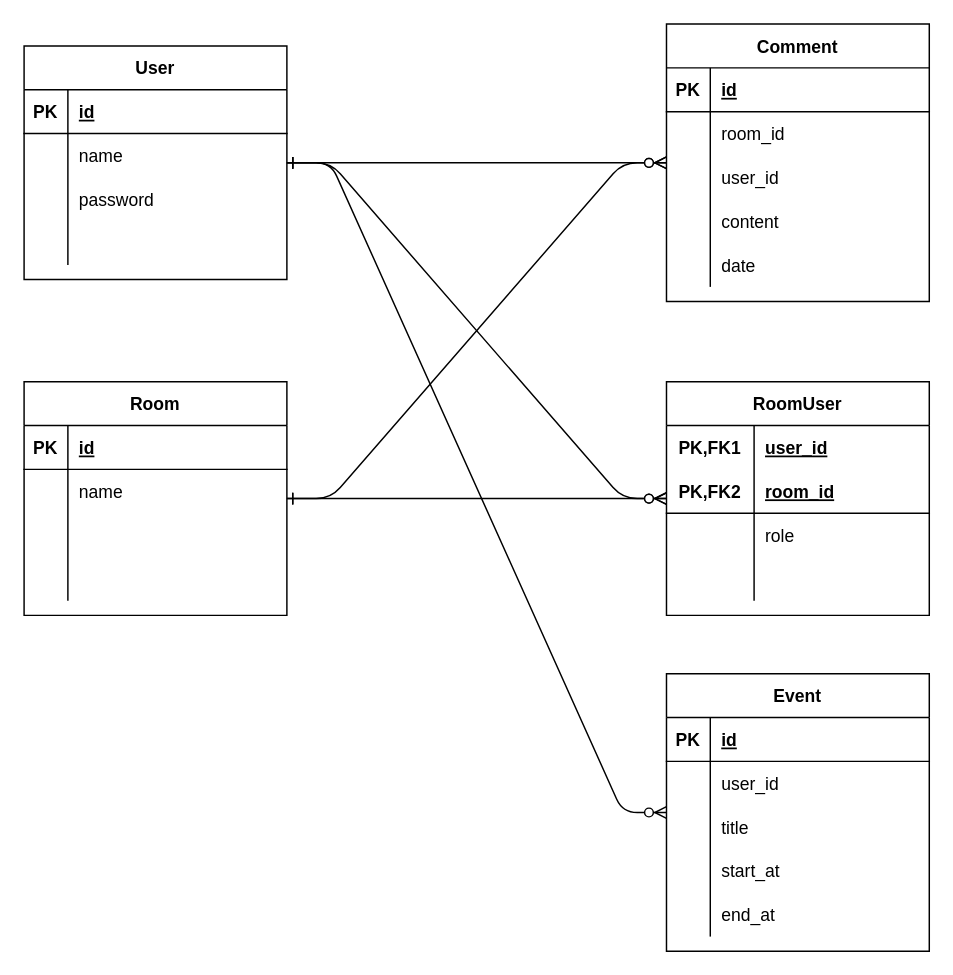
Earlier version of the draw.io diagram idea/er.drawio (marimelon/hondaboard). Source tidied: cells renumbered, new cells numbered last; positions are measured from the earlier drawing's top-left corner, leaving out a move shared by most shapes. Both pictures are drawn from the tidied source at 146%, with x=0, y=0 at pixel (23, 23).
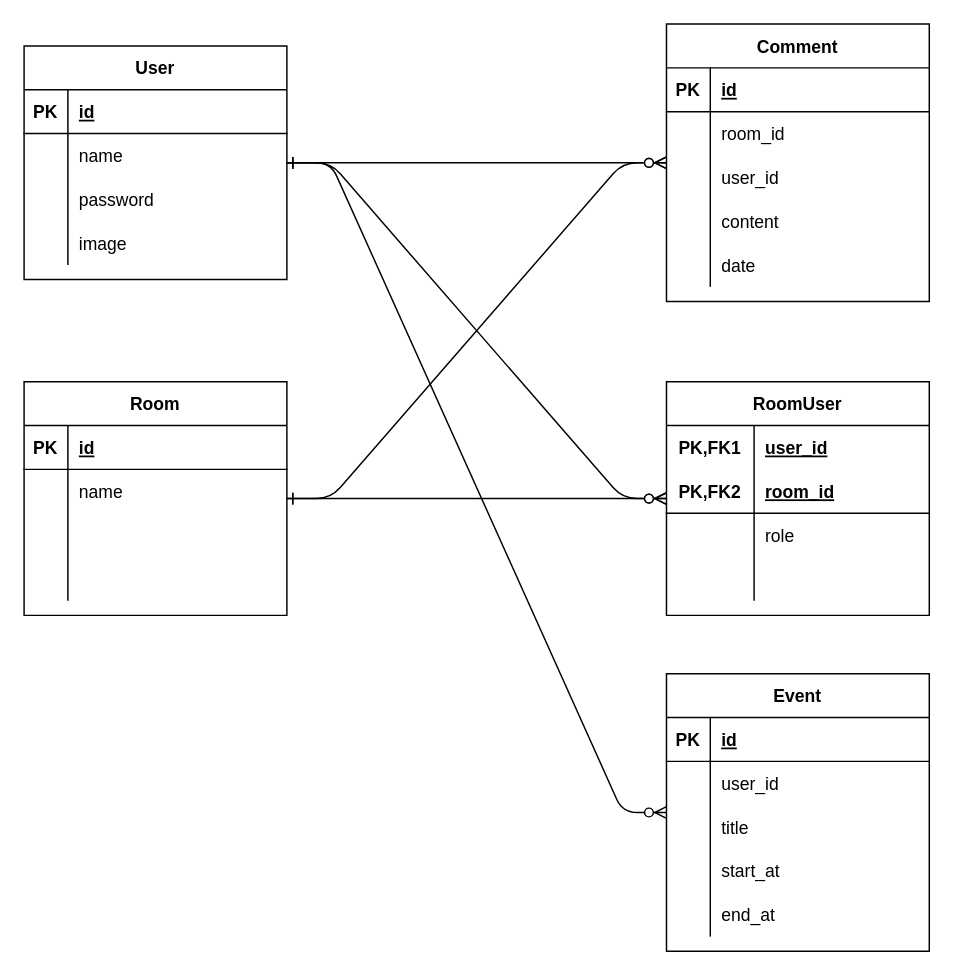
After the change.

The change refers to these unchanged cells:
```xml
<mxCell id="12" style="shape=partialRectangle;fillColor=none;top=0;left=0;bottom=0;right=0;" parent="2" vertex="1">
  <mxGeometry y="120" width="180" height="30" as="geometry" />
</mxCell>
```

Diff of the diagram source:
```diff
@@
-    <mxCell id="14" style="shape=partialRectangle;fillColor=none;top=0;left=0;bottom=0;right=0;align=left;spacingLeft=6;overflow=hidden;" parent="12" vertex="1">
+    <mxCell id="14" value="image" style="shape=partialRectangle;fillColor=none;top=0;left=0;bottom=0;right=0;align=left;spacingLeft=6;overflow=hidden;" parent="12" vertex="1">
       <mxGeometry x="30" width="150" height="30" as="geometry" />
     </mxCell>
```
